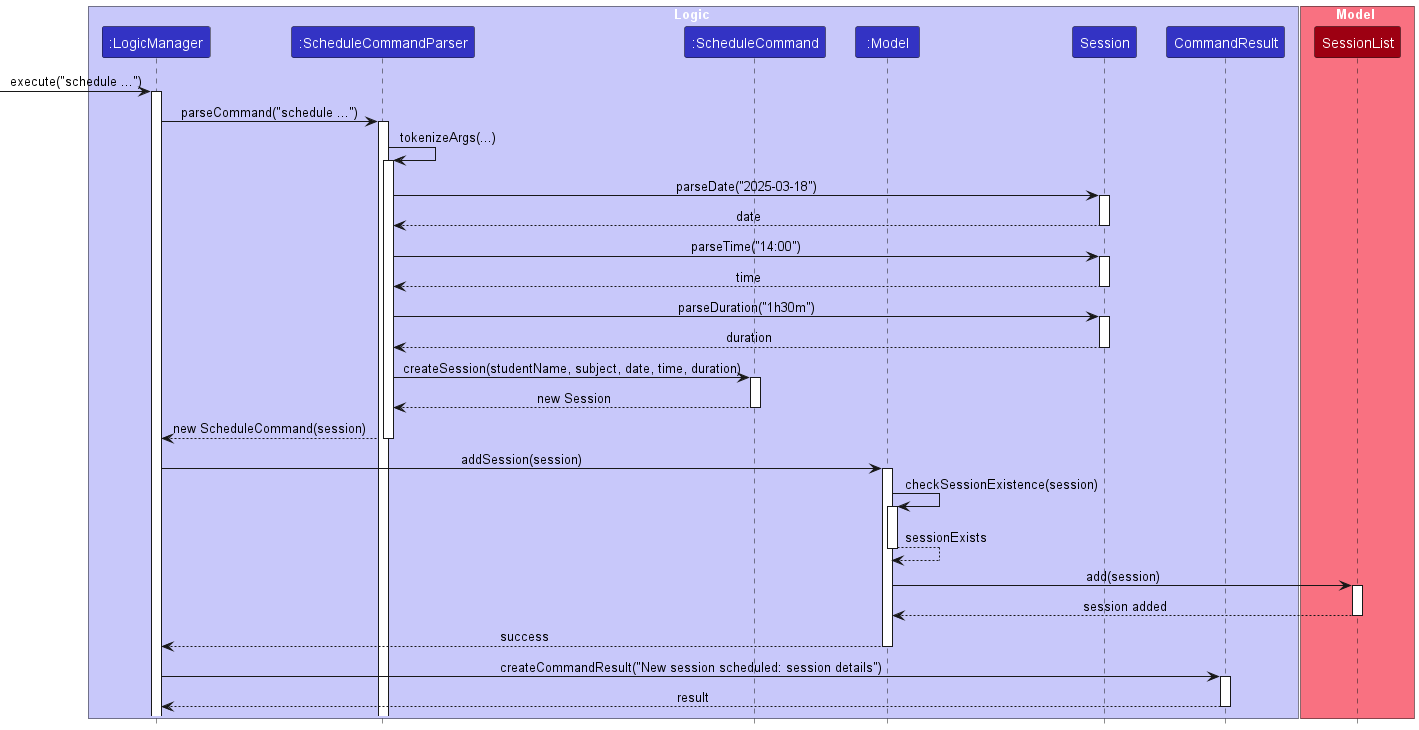
deberinoo/tp keeps this PlantUML diagram as docs/images/ScheduleSequenceDiagram.png. Above is the earlier version.
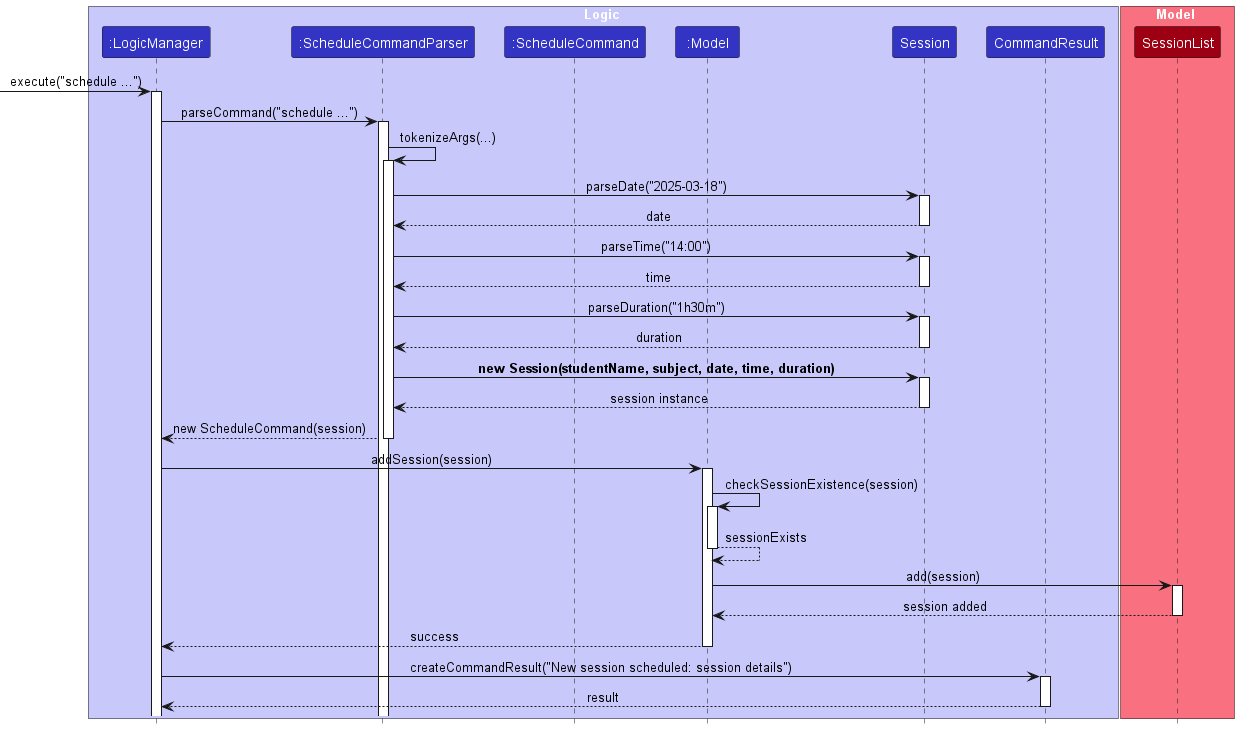
The same file after the commit.

Commit message:
Fix typo in schedule sequence diagram, update png in DG

Diff of the diagram source:
```diff
@@ -42,11 +42,11 @@
 Session --> Parser : duration
 deactivate Session
 
-Parser -> Command : createSession(studentName, subject, date, time, duration)
-activate Command
+Parser -> Session : **new Session(studentName, subject, date, time, duration)**
+activate Session
 
-Command --> Parser : new Session
-deactivate Command
+Session --> Parser : session instance
+deactivate Session
 
 Parser --> LogicManager : new ScheduleCommand(session)
 deactivate Parser
```
